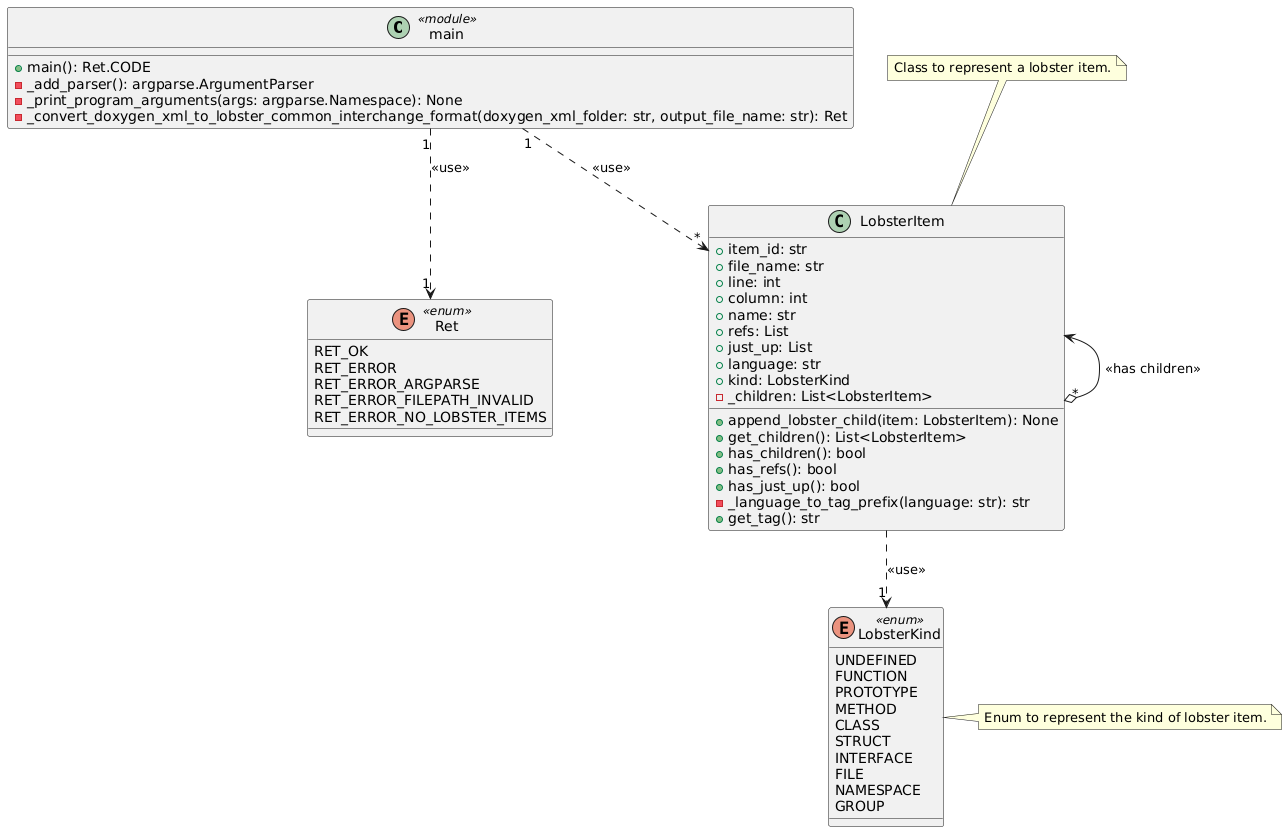
The PlantUML diagram doc/architecture/class_diagram.png in NewTec-GmbH/lobster-doxygen, before a commit.
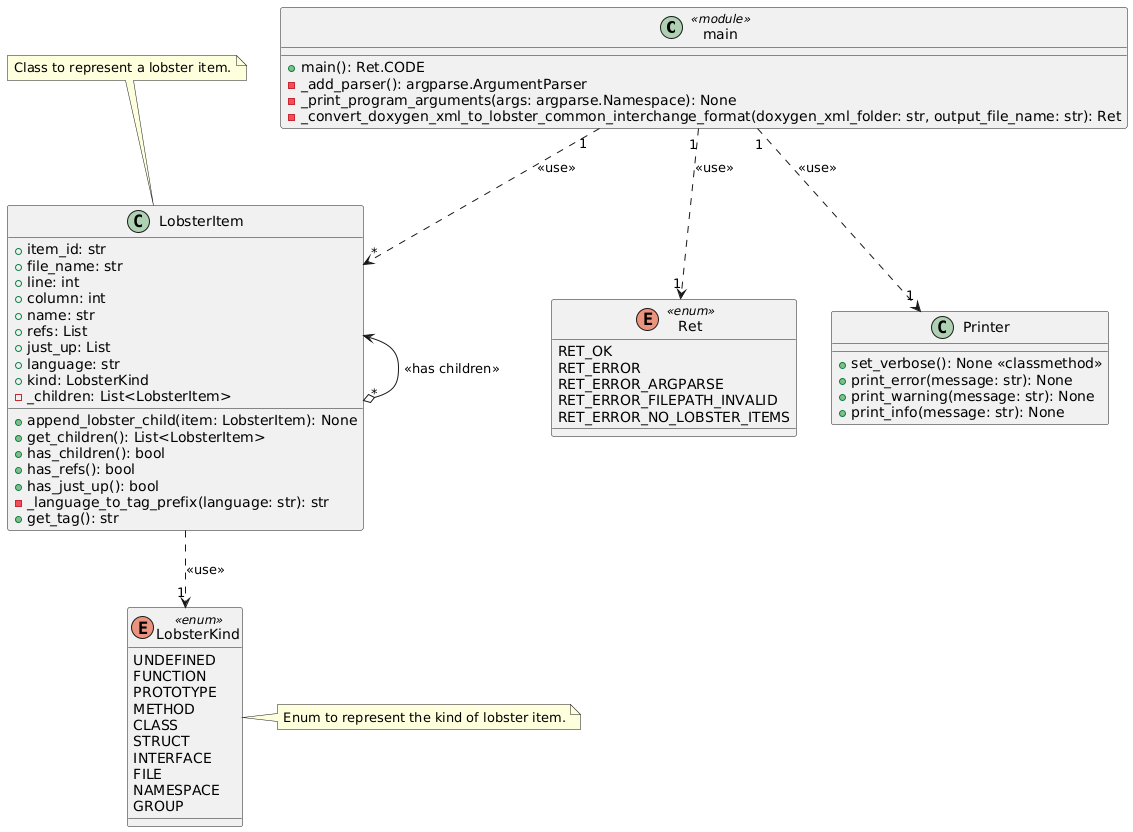
After the commit.

Commit message:
Added Printer to class diagram.

Change to the diagram source:
```diff
@@ -58,10 +58,17 @@
   Class to represent a lobster item.
 end note
 
+class Printer {
+    + set_verbose(): None <<classmethod>>
+    + print_error(message: str): None
+    + print_warning(message: str): None
+    + print_info(message: str): None
+}
 
 
 main "1" ..> "*" LobsterItem : <<use>>
 main "1" ..> "1" Ret : <<use>>
+main "1" ..> "1" Printer : <<use>>
 LobsterItem ..> "1" LobsterKind : <<use>>
 LobsterItem <--o "*" LobsterItem : <<has children>>
 @enduml
```
